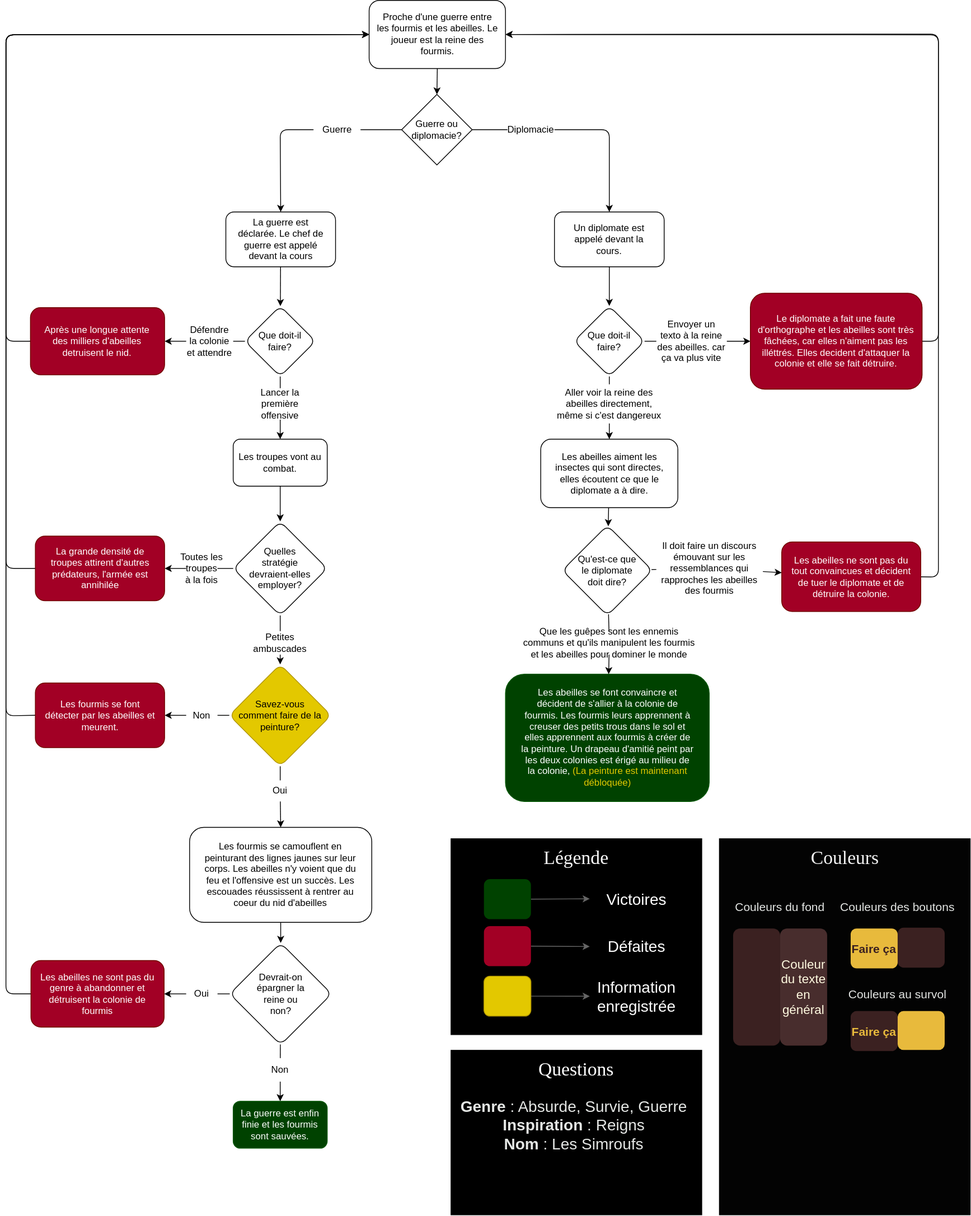
Jasmine-Lapierre/vous-etes-le-heros-simroufs keeps this draw.io diagram as synopsis.drawio.svg. Above is the earlier version. Source tidied: cells renumbered, new cells last; positions are measured from the earlier drawing's top-left corner, leaving out a move shared by most shapes.
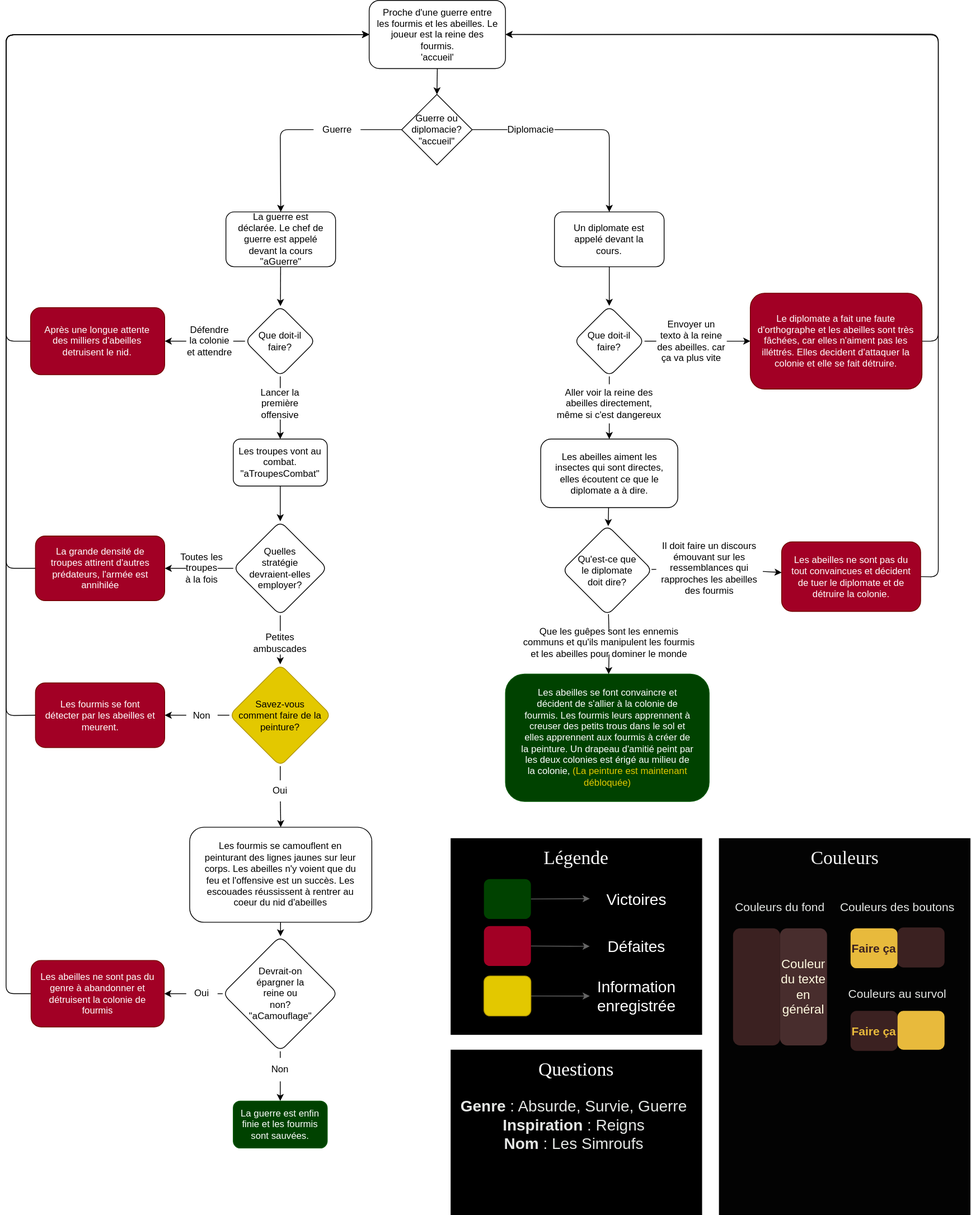
Later version of the same file.

Diff of the diagram source:
```diff
@@ -1,4 +1,4 @@
-<mxGraphModel background="#ffffff">
+<mxGraphModel>
   <root>
     <mxCell id="0" />
     <mxCell id="1" parent="0" />
@@ -11,7 +11,7 @@
     <mxCell id="4" style="edgeStyle=none;html=1;exitX=0.5;exitY=1;exitDx=0;exitDy=0;entryX=0.5;entryY=0;entryDx=0;entryDy=0;" parent="1" edge="1" source="5" target="8">
       <mxGeometry relative="1" as="geometry" />
     </mxCell>
-    <mxCell id="5" value="Proche d'une guerre entre les fourmis et les abeilles. Le joueur est la reine des fourmis." style="rounded=1;whiteSpace=wrap;html=1;spacing=10;" parent="1" vertex="1">
+    <mxCell id="5" value="Proche d'une guerre entre les fourmis et les abeilles. Le joueur est la reine des fourmis.&lt;br&gt;'accueil'" style="rounded=1;whiteSpace=wrap;html=1;spacing=10;" parent="1" vertex="1">
       <mxGeometry x="463.5" width="174" height="87" as="geometry" />
     </mxCell>
     <mxCell id="6" style="edgeStyle=none;html=1;exitX=0;exitY=0.5;exitDx=0;exitDy=0;entryX=0.5;entryY=0;entryDx=0;entryDy=0;startArrow=none;" parent="1" edge="1" source="98" target="10">
@@ -28,13 +28,13 @@
         </Array>
       </mxGeometry>
     </mxCell>
-    <mxCell id="8" value="Guerre ou&amp;nbsp;&lt;br&gt;diplomacie?" style="rhombus;whiteSpace=wrap;html=1;" parent="1" vertex="1">
+    <mxCell id="8" value="Guerre ou&amp;nbsp;&lt;br&gt;diplomacie?&lt;br&gt;&quot;accueil&quot;" style="rhombus;whiteSpace=wrap;html=1;" parent="1" vertex="1">
       <mxGeometry x="505" y="120" width="90" height="90" as="geometry" />
     </mxCell>
     <mxCell id="9" style="edgeStyle=none;html=1;" parent="1" edge="1" source="10" target="15">
       <mxGeometry relative="1" as="geometry" />
     </mxCell>
-    <mxCell id="10" value="La guerre est déclarée. Le chef de guerre est appelé&lt;br&gt;devant la cours" style="rounded=1;whiteSpace=wrap;html=1;spacing=10;" parent="1" vertex="1">
+    <mxCell id="10" value="La guerre est déclarée. Le chef de guerre est appelé&lt;br&gt;devant la cours&lt;br&gt;&quot;aGuerre&quot;" style="rounded=1;whiteSpace=wrap;html=1;spacing=10;" parent="1" vertex="1">
       <mxGeometry x="280.6" y="270" width="140" height="70" as="geometry" />
     </mxCell>
     <mxCell id="11" style="edgeStyle=none;html=1;" parent="1" edge="1" source="12" target="18">
@@ -64,7 +64,7 @@
     <mxCell id="19" style="edgeStyle=none;html=1;" parent="1" edge="1" source="20" target="29">
       <mxGeometry relative="1" as="geometry" />
     </mxCell>
-    <mxCell id="20" value="Les troupes vont au combat." style="rounded=1;whiteSpace=wrap;html=1;" parent="1" vertex="1">
+    <mxCell id="20" value="Les troupes vont au combat.&lt;br&gt;&quot;aTroupesCombat&quot;" style="rounded=1;whiteSpace=wrap;html=1;" parent="1" vertex="1">
       <mxGeometry x="290" y="560" width="120" height="60" as="geometry" />
     </mxCell>
     <mxCell id="21" value="Lancer la première offensive" style="text;html=1;strokeColor=none;fillColor=none;align=center;verticalAlign=middle;whiteSpace=wrap;rounded=0;" parent="1" vertex="1">
@@ -157,8 +157,8 @@
     <mxCell id="45" style="edgeStyle=none;html=1;startArrow=none;" parent="1" edge="1" source="53" target="51">
       <mxGeometry relative="1" as="geometry" />
     </mxCell>
-    <mxCell id="46" value="Devrait-on &lt;br&gt;épargner la &lt;br&gt;reine ou &lt;br&gt;non?" style="rhombus;whiteSpace=wrap;html=1;rounded=1;" parent="1" vertex="1">
-      <mxGeometry x="285.6" y="1203" width="130" height="130" as="geometry" />
+    <mxCell id="46" value="Devrait-on &lt;br&gt;épargner la &lt;br&gt;reine ou &lt;br&gt;non?&lt;br&gt;&quot;aCamouflage&quot;" style="rhombus;whiteSpace=wrap;html=1;rounded=1;" parent="1" vertex="1">
+      <mxGeometry x="276.5" y="1194.5" width="147" height="147" as="geometry" />
     </mxCell>
     <mxCell id="47" value="La guerre est enfin finie et les fourmis sont sauvées." style="whiteSpace=wrap;html=1;rounded=1;fillColor=#004200;fontColor=#ffffff;strokeColor=#005700;" parent="1" vertex="1">
       <mxGeometry x="290" y="1405" width="120" height="60" as="geometry" />
```
